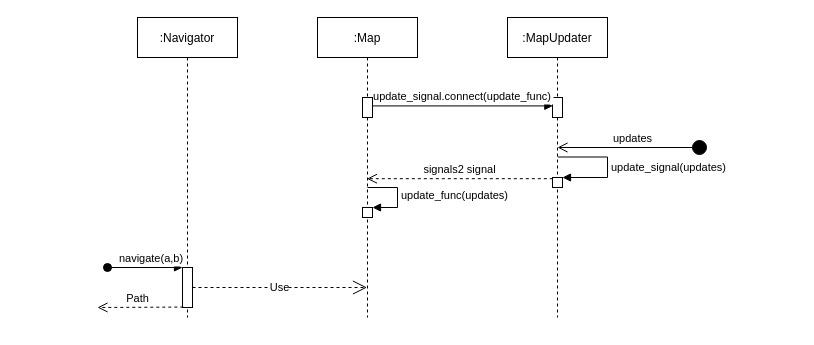
Earlier version of the draw.io diagram page "Seq" (3 of 3) of APK-domain.drawio (jens270996/NavSys). Source tidied: cells renumbered, new cells numbered last; positions are measured from the earlier drawing's top-left corner, leaving out a move shared by most shapes. Both pictures are drawn from the tidied source at 100%, with x=0, y=0 at pixel (97, 17).
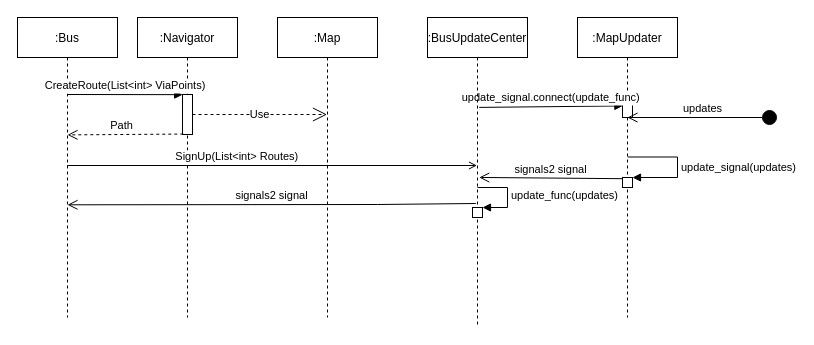
After the change.

The change refers to these unchanged cells:
```xml
<mxCell id="2" value=":Navigator" style="shape=umlLifeline;perimeter=lifelinePerimeter;rounded=0;shadow=0;strokeWidth=1;" parent="1" vertex="1">
  <mxGeometry x="40" width="100" height="300" as="geometry" />
</mxCell>
<mxCell id="10" style="points=[];perimeter=orthogonalPerimeter;rounded=0;shadow=0;strokeWidth=1;" parent="9" vertex="1">
  <mxGeometry x="45" y="80" width="10" height="20" as="geometry" />
</mxCell>
<mxCell id="11" style="html=1;points=[];perimeter=orthogonalPerimeter;" parent="9" vertex="1">
  <mxGeometry x="45" y="160" width="10" height="10" as="geometry" />
</mxCell>
```

The edit, as a diff of the source:
```diff
@@
     <mxCell id="3" style="points=[];perimeter=orthogonalPerimeter;rounded=0;shadow=0;strokeWidth=1;" parent="2" vertex="1">
-      <mxGeometry x="45" y="250" width="10" height="40" as="geometry" />
+      <mxGeometry x="45" y="77" width="10" height="40" as="geometry" />
     </mxCell>
-    <mxCell id="4" value="navigate(a,b)" style="verticalAlign=bottom;startArrow=oval;endArrow=block;startSize=8;shadow=0;strokeWidth=1;" parent="2" edge="1" target="3">
-      <mxGeometry x="0.17" relative="1" as="geometry">
-        <mxPoint x="-30" y="250" as="sourcePoint" />
-      </mxGeometry>
-    </mxCell>
+    <mxCell id="18" value="SignUp(List&lt;int&gt; Routes)" style="verticalAlign=bottom;endArrow=open;shadow=0;strokeWidth=1;endFill=0;" parent="2" edge="1">
+      <mxGeometry x="-0.17" relative="1" as="geometry">
+        <mxPoint x="-70.2" y="148" as="sourcePoint" />
+        <mxPoint x="339.5" y="148" as="targetPoint" />
+      </mxGeometry>
+    </mxCell>
     <mxCell id="5" value=":Map" style="shape=umlLifeline;perimeter=lifelinePerimeter;rounded=0;shadow=0;strokeWidth=1;" parent="1" vertex="1">
-      <mxGeometry x="220" width="100" height="300" as="geometry" />
+      <mxGeometry x="180" width="100" height="300" as="geometry" />
     </mxCell>
-    <mxCell id="6" style="points=[];perimeter=orthogonalPerimeter;rounded=0;shadow=0;strokeWidth=1;" parent="5" vertex="1">
-      <mxGeometry x="45" y="80" width="10" height="20" as="geometry" />
-    </mxCell>
-    <mxCell id="7" style="html=1;points=[];perimeter=orthogonalPerimeter;" parent="5" vertex="1">
-      <mxGeometry x="45" y="190" width="10" height="10" as="geometry" />
-    </mxCell>
-    <mxCell id="8" value="update_func(updates)" style="edgeStyle=orthogonalEdgeStyle;html=1;align=left;spacingLeft=2;endArrow=block;rounded=0;entryX=1;entryY=0;" parent="5" edge="1" target="7">
-      <mxGeometry relative="1" as="geometry">
-        <mxPoint x="50" y="170" as="sourcePoint" />
-        <Array as="points">
-          <mxPoint x="80" y="170" />
-        </Array>
-      </mxGeometry>
-    </mxCell>
     <mxCell id="9" value=":MapUpdater" style="shape=umlLifeline;perimeter=lifelinePerimeter;rounded=0;shadow=0;strokeWidth=1;" parent="1" vertex="1">
-      <mxGeometry x="410" width="100" height="300" as="geometry" />
+      <mxGeometry x="480" width="100" height="300" as="geometry" />
     </mxCell>
@@
-    <mxCell id="13" value="update_signal.connect(update_func)" style="verticalAlign=bottom;endArrow=block;entryX=0.033;entryY=0.421;shadow=0;strokeWidth=1;entryDx=0;entryDy=0;entryPerimeter=0;" parent="1" edge="1" source="6" target="10">
+    <mxCell id="13" value="update_signal.connect(update_func)" style="verticalAlign=bottom;endArrow=block;entryX=0.033;entryY=0.421;shadow=0;strokeWidth=1;entryDx=0;entryDy=0;entryPerimeter=0;exitX=0.517;exitY=0.29;exitDx=0;exitDy=0;exitPerimeter=0;" parent="1" edge="1" source="21" target="10">
       <mxGeometry relative="1" as="geometry" />
     </mxCell>
-    <mxCell id="14" value="signals2 signal" style="html=1;verticalAlign=bottom;endArrow=open;dashed=1;endSize=8;rounded=0;exitX=0.033;exitY=0.119;exitDx=0;exitDy=0;exitPerimeter=0;" parent="1" edge="1" source="11" target="5">
+    <mxCell id="14" value="signals2 signal" style="html=1;verticalAlign=bottom;endArrow=open;endSize=8;rounded=0;exitX=0.033;exitY=0.119;exitDx=0;exitDy=0;exitPerimeter=0;entryX=0.517;entryY=0.516;entryDx=0;entryDy=0;entryPerimeter=0;" parent="1" edge="1" source="11" target="21">
       <mxGeometry relative="1" as="geometry" />
     </mxCell>
     <mxCell id="15" value="updates" style="html=1;verticalAlign=bottom;startArrow=circle;startFill=1;endArrow=open;startSize=6;endSize=8;rounded=0;" parent="1" edge="1">
       <mxGeometry relative="1" as="geometry">
-        <mxPoint x="610" y="130" as="sourcePoint" />
-        <mxPoint x="460" y="130" as="targetPoint" />
+        <mxPoint x="680" y="100" as="sourcePoint" />
+        <mxPoint x="530" y="100" as="targetPoint" />
       </mxGeometry>
     </mxCell>
-    <mxCell id="16" value="Use" style="endArrow=open;endSize=12;dashed=1;html=1;rounded=0;" parent="1" edge="1" source="3" target="5">
-      <mxGeometry relative="1" as="geometry" />
+    <mxCell id="16" value="Use" style="endArrow=open;endSize=12;dashed=1;html=1;rounded=0;" parent="1" edge="1" source="3">
+      <mxGeometry relative="1" as="geometry">
+        <mxPoint x="229.5" y="97" as="targetPoint" />
+      </mxGeometry>
     </mxCell>
-    <mxCell id="17" value="Path" style="html=1;verticalAlign=bottom;endArrow=open;dashed=1;endSize=8;rounded=0;exitX=0.081;exitY=0.989;exitDx=0;exitDy=0;exitPerimeter=0;" parent="1" edge="1" source="3">
+    <mxCell id="17" value="Path" style="html=1;verticalAlign=bottom;endArrow=open;dashed=1;endSize=8;rounded=0;exitX=0.081;exitY=0.989;exitDx=0;exitDy=0;exitPerimeter=0;entryX=0.5;entryY=0.968;entryDx=0;entryDy=0;entryPerimeter=0;" parent="1" edge="1" source="3">
       <mxGeometry x="0.07" relative="1" as="geometry">
-        <mxPoint y="290" as="targetPoint" />
+        <mxPoint x="-30" y="117.4" as="targetPoint" />
       </mxGeometry>
     </mxCell>
+    <mxCell id="19" value=":Bus" style="shape=umlLifeline;perimeter=lifelinePerimeter;rounded=0;shadow=0;strokeWidth=1;" parent="1" vertex="1">
+      <mxGeometry x="-80" width="100" height="300" as="geometry" />
+    </mxCell>
+    <mxCell id="20" value="CreateRoute(List&lt;int&gt; ViaPoints)" style="verticalAlign=bottom;endArrow=block;entryX=0.016;entryY=0.004;shadow=0;strokeWidth=1;entryDx=0;entryDy=0;entryPerimeter=0;" parent="1" edge="1" target="3">
+      <mxGeometry relative="1" as="geometry">
+        <mxPoint x="-30" y="77" as="sourcePoint" />
+      </mxGeometry>
+    </mxCell>
+    <mxCell id="21" value=":BusUpdateCenter" style="shape=umlLifeline;perimeter=lifelinePerimeter;rounded=0;shadow=0;strokeWidth=1;" parent="1" vertex="1">
+      <mxGeometry x="330" width="100" height="310" as="geometry" />
+    </mxCell>
+    <mxCell id="7" style="html=1;points=[];perimeter=orthogonalPerimeter;" parent="21" vertex="1">
+      <mxGeometry x="45" y="190" width="10" height="10" as="geometry" />
+    </mxCell>
+    <mxCell id="8" value="update_func(updates)" style="edgeStyle=orthogonalEdgeStyle;html=1;align=left;spacingLeft=2;endArrow=block;rounded=0;entryX=1;entryY=0;" parent="21" edge="1" target="7">
+      <mxGeometry relative="1" as="geometry">
+        <mxPoint x="50" y="170" as="sourcePoint" />
+        <Array as="points">
+          <mxPoint x="80" y="170" />
+        </Array>
+      </mxGeometry>
+    </mxCell>
+    <mxCell id="22" value="signals2 signal" style="html=1;verticalAlign=bottom;endArrow=open;endSize=8;rounded=0;exitX=0.483;exitY=0.713;exitDx=0;exitDy=0;exitPerimeter=0;entryX=0.53;entryY=0.771;entryDx=0;entryDy=0;entryPerimeter=0;" parent="1" edge="1">
+      <mxGeometry relative="1" as="geometry">
+        <mxPoint x="378.3" y="186" as="sourcePoint" />
+        <mxPoint x="-30" y="187.3" as="targetPoint" />
+        <Array as="points">
+          <mxPoint x="280" y="187" />
+        </Array>
+      </mxGeometry>
+    </mxCell>
```
